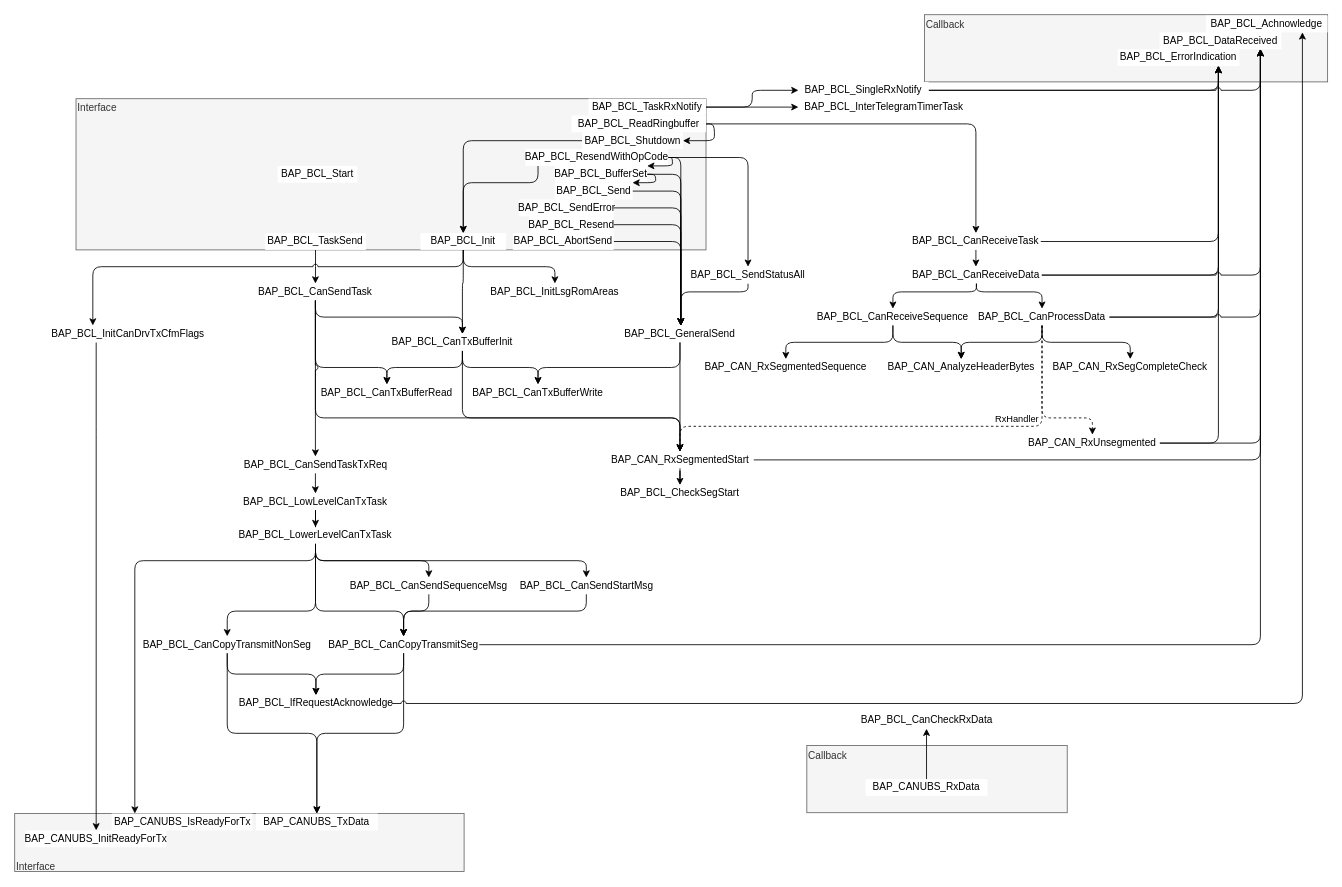
danielroehrborn/flow-design-cheatsheet keeps this draw.io diagram as Untitled Diagram.drawio. Above is the earlier version. Source tidied: cells renumbered, new cells numbered last; positions are measured from the earlier drawing's top-left corner, leaving out a move shared by most shapes. Both pictures are drawn from the tidied source at 84%, with x=0, y=0 at pixel (14, 14).
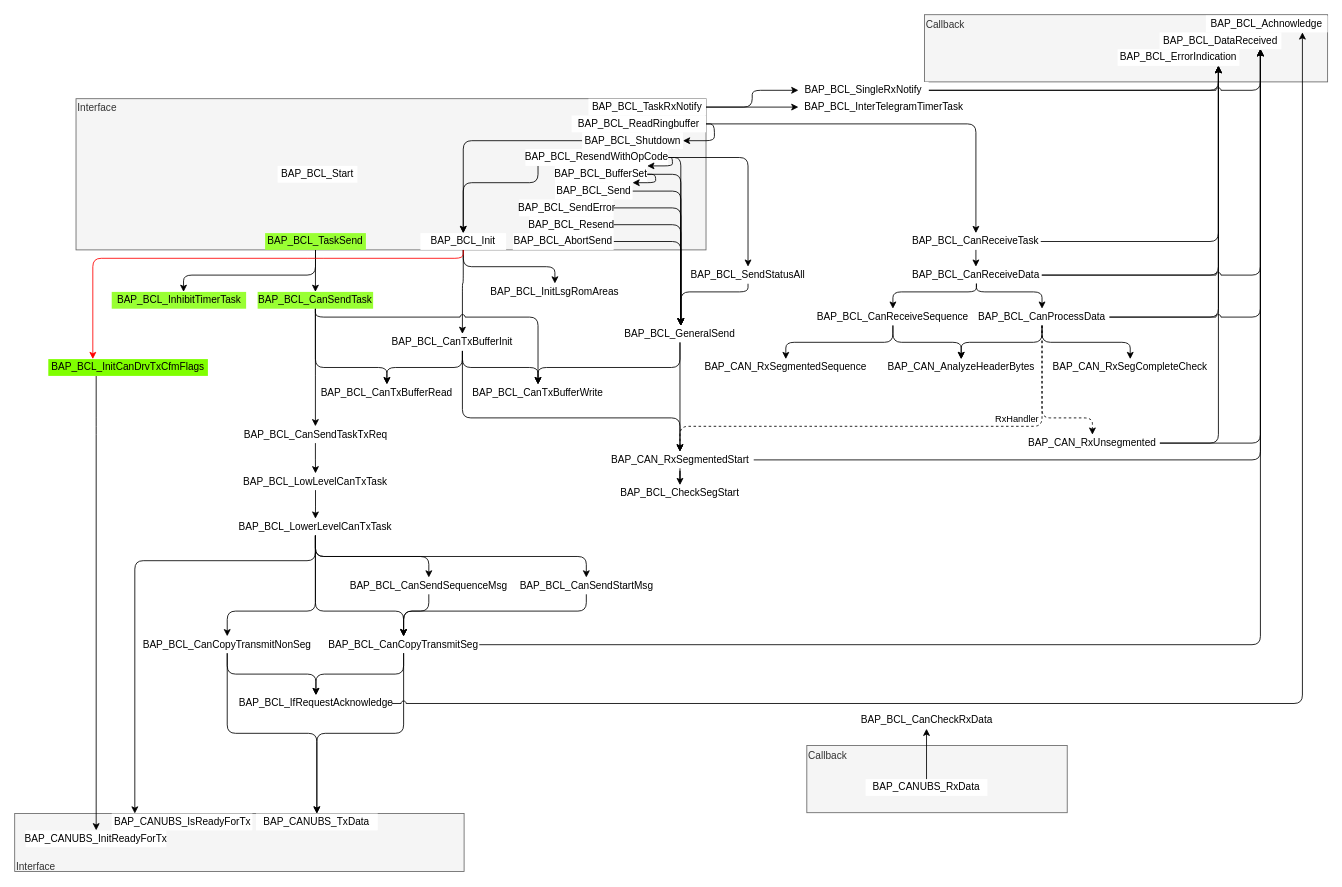
After the change.

Unchanged cells that the change refers to:
```xml
<mxCell id="19" value="BAP_BCL_Init" style="rounded=0;whiteSpace=wrap;html=1;strokeColor=none;" parent="1" vertex="1">
  <mxGeometry x="483" y="260" width="102" height="20" as="geometry" />
</mxCell>
<mxCell id="53" value="BAP_CAN_RxSegmentedStart" style="rounded=0;whiteSpace=wrap;html=1;strokeColor=none;" parent="1" vertex="1">
  <mxGeometry x="704.5" y="520" width="175" height="20" as="geometry" />
</mxCell>
<mxCell id="63" value="BAP_BCL_CanTxBufferWrite" style="rounded=0;whiteSpace=wrap;html=1;strokeColor=none;" parent="1" vertex="1">
  <mxGeometry x="543" y="440" width="160" height="20" as="geometry" />
</mxCell>
<mxCell id="67" value="BAP_BCL_CanTxBufferInit" style="rounded=0;whiteSpace=wrap;html=1;strokeColor=none;" parent="1" vertex="1">
  <mxGeometry x="440.5" y="380" width="160" height="20" as="geometry" />
</mxCell>
```

The edit, as a diff of the source:
```diff
@@
-    <mxCell id="5" style="edgeStyle=orthogonalEdgeStyle;rounded=0;jettySize=auto;html=1;" parent="1" edge="1" source="6" target="60">
+    <mxCell id="5" style="edgeStyle=orthogonalEdgeStyle;rounded=0;jettySize=auto;html=1;jumpStyle=arc;" parent="1" edge="1" source="6" target="60">
       <mxGeometry relative="1" as="geometry" />
     </mxCell>
+    <mxCell id="122" style="edgeStyle=orthogonalEdgeStyle;rounded=1;jumpStyle=arc;jettySize=auto;html=1;strokeWidth=1;" parent="1" edge="1" source="6" target="124">
+      <mxGeometry relative="1" as="geometry">
+        <Array as="points">
+          <mxPoint x="358" y="310" />
+          <mxPoint x="201" y="310" />
+        </Array>
+      </mxGeometry>
+    </mxCell>
-    <mxCell id="6" value="BAP_BCL_TaskSend" style="rounded=0;whiteSpace=wrap;html=1;strokeColor=none;" parent="1" vertex="1">
+    <mxCell id="6" value="BAP_BCL_TaskSend" style="rounded=0;whiteSpace=wrap;html=1;strokeColor=none;fillColor=#99FF33;" parent="1" vertex="1">
       <mxGeometry x="298.1" y="260" width="120" height="20" as="geometry" />
     </mxCell>
@@
-    <mxCell id="18" style="edgeStyle=orthogonalEdgeStyle;rounded=1;jettySize=auto;html=1;jumpStyle=arc;" parent="1" edge="1" source="19" target="42">
+    <mxCell id="18" style="edgeStyle=orthogonalEdgeStyle;rounded=1;sketch=0;jumpStyle=arc;jumpSize=14;jettySize=auto;html=1;shadow=0;strokeWidth=1;strokeColor=#FF0000;" parent="1" edge="1" source="19" target="42">
       <mxGeometry relative="1" as="geometry">
         <Array as="points">
-          <mxPoint x="534" y="300" />
-          <mxPoint x="93" y="300" />
+          <mxPoint x="534" y="290" />
+          <mxPoint x="93" y="290" />
         </Array>
       </mxGeometry>
     </mxCell>
@@
-    <mxCell id="42" value="BAP_BCL_InitCanDrvTxCfmFlags" style="rounded=0;whiteSpace=wrap;html=1;strokeColor=none;" parent="1" vertex="1">
-      <mxGeometry x="40" y="370" width="190" height="20" as="geometry" />
+    <mxCell id="42" value="BAP_BCL_InitCanDrvTxCfmFlags" style="rounded=0;whiteSpace=wrap;html=1;strokeColor=none;fillColor=#80FF00;" parent="1" vertex="1">
+      <mxGeometry x="40" y="410" width="190" height="20" as="geometry" />
     </mxCell>
@@
-    <mxCell id="51" style="edgeStyle=orthogonalEdgeStyle;rounded=1;jettySize=auto;html=1;" parent="1" edge="1" source="60" target="67">
-      <mxGeometry relative="1" as="geometry">
-        <Array as="points">
-          <mxPoint x="358" y="360" />
-          <mxPoint x="533" y="360" />
-        </Array>
-      </mxGeometry>
-    </mxCell>
@@
-    <mxCell id="55" style="edgeStyle=orthogonalEdgeStyle;jettySize=auto;html=1;jumpStyle=arc;rounded=1;" parent="1" edge="1" source="60" target="53">
-      <mxGeometry relative="1" as="geometry">
-        <Array as="points">
-          <mxPoint x="358" y="480" />
-          <mxPoint x="792" y="480" />
-        </Array>
-      </mxGeometry>
-    </mxCell>
@@
+    <mxCell id="123" style="edgeStyle=orthogonalEdgeStyle;rounded=1;jumpStyle=arc;jettySize=auto;html=1;strokeWidth=1;" parent="1" edge="1" source="60" target="63">
+      <mxGeometry relative="1" as="geometry">
+        <Array as="points">
+          <mxPoint x="358" y="360" />
+          <mxPoint x="623" y="360" />
+        </Array>
+      </mxGeometry>
+    </mxCell>
-    <mxCell id="60" value="BAP_BCL_CanSendTask" style="rounded=0;whiteSpace=wrap;html=1;strokeColor=none;" parent="1" vertex="1">
-      <mxGeometry x="289.2" y="320" width="137.5" height="20" as="geometry" />
+    <mxCell id="60" value="BAP_BCL_CanSendTask" style="rounded=0;whiteSpace=wrap;html=1;strokeColor=none;fillColor=#99FF33;" parent="1" vertex="1">
+      <mxGeometry x="289.2" y="330" width="137.5" height="20" as="geometry" />
     </mxCell>
@@
     <mxCell id="75" value="BAP_BCL_CanSendTaskTxReq" style="rounded=0;whiteSpace=wrap;html=1;strokeColor=none;" parent="1" vertex="1">
-      <mxGeometry x="268.6" y="526" width="178.8" height="20" as="geometry" />
+      <mxGeometry x="268.6" y="490" width="178.8" height="20" as="geometry" />
     </mxCell>
     <mxCell id="76" value="BAP_BCL_LowLevelCanTxTask" style="rounded=0;whiteSpace=wrap;html=1;strokeColor=none;" parent="1" vertex="1">
-      <mxGeometry x="271.2" y="570" width="173.8" height="20" as="geometry" />
+      <mxGeometry x="271.2" y="546" width="173.8" height="20" as="geometry" />
     </mxCell>
     <mxCell id="77" value="BAP_BCL_LowerLevelCanTxTask" style="rounded=0;whiteSpace=wrap;html=1;strokeColor=none;" parent="1" vertex="1">
-      <mxGeometry x="271.2" y="610" width="173.8" height="20" as="geometry" />
+      <mxGeometry x="271.1" y="600" width="173.8" height="20" as="geometry" />
     </mxCell>
@@
+    <mxCell id="124" value="BAP_BCL_InhibitTimerTask" style="rounded=0;whiteSpace=wrap;html=1;strokeColor=none;fillColor=#99FF33;" parent="1" vertex="1">
+      <mxGeometry x="115.5" y="330" width="160" height="20" as="geometry" />
+    </mxCell>
```
